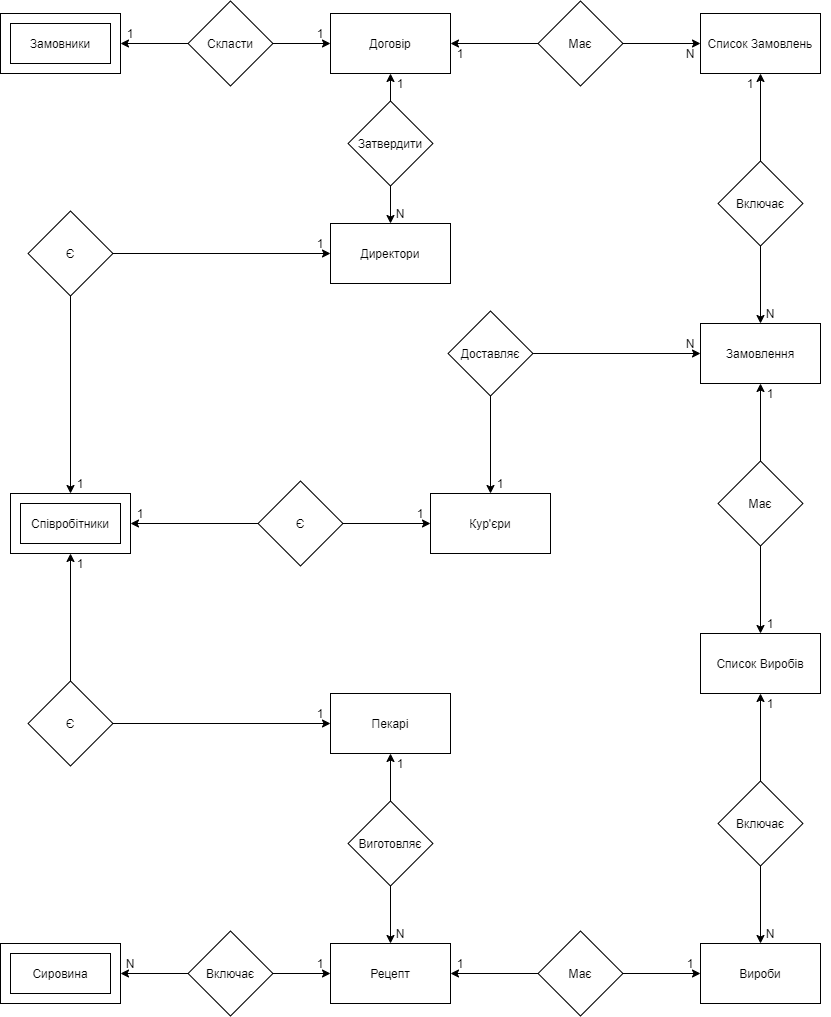
Above: src/ER.png in MonMon201/DB (draw.io), before the change. Source tidied: cells renumbered, new cells last; positions are measured from the earlier drawing's top-left corner, leaving out a move shared by most shapes.
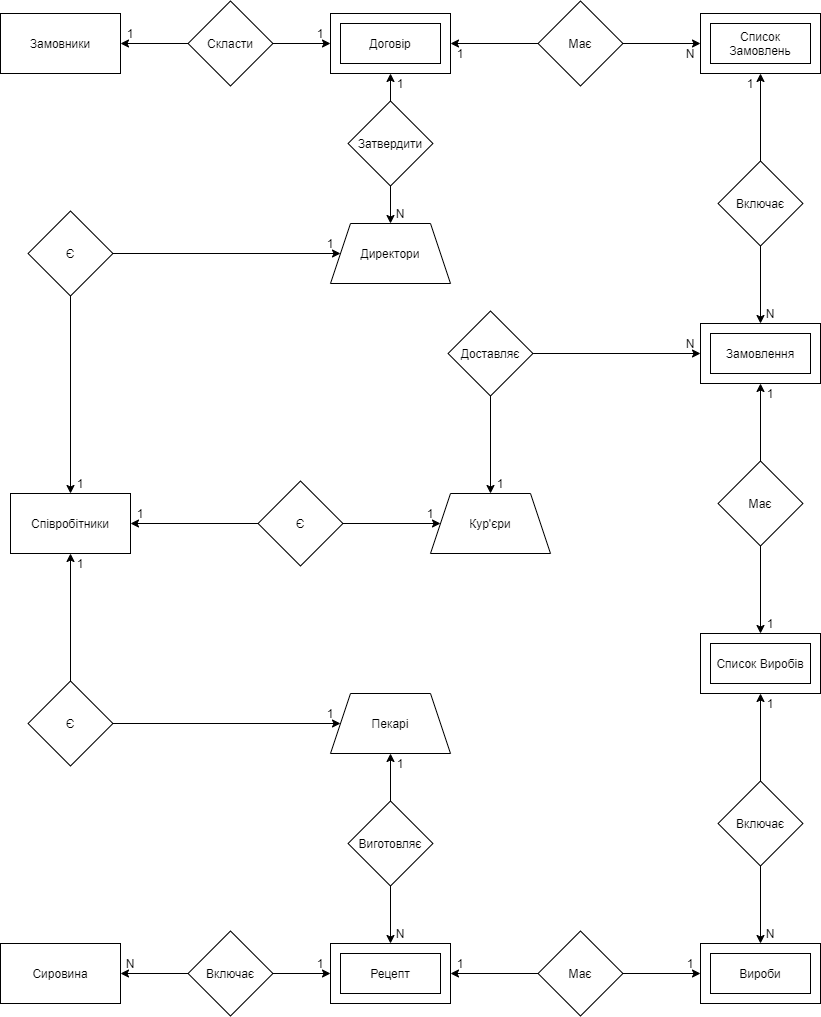
After the commit.

Change to the diagram source:
```diff
@@ -7,5 +7,2 @@
     </mxCell>
-    <mxCell id="3" style="rounded=0;whiteSpace=wrap;html=1;" parent="1" vertex="1">
-      <mxGeometry x="10" y="10" width="100" height="40" as="geometry" />
-    </mxCell>
     <mxCell id="4" style="rounded=0;whiteSpace=wrap;html=1;rotation=45;" parent="1" vertex="1">
@@ -13,7 +10,6 @@
     </mxCell>
-    <mxCell id="5" style="rounded=0;whiteSpace=wrap;html=1;" parent="1" vertex="1">
-      <mxGeometry x="330" width="120" height="60" as="geometry" />
-    </mxCell>
-    <mxCell id="6" style="endArrow=classic;html=1;entryX=0;entryY=0.5;entryDx=0;entryDy=0;exitX=1;exitY=0;exitDx=0;exitDy=0;" parent="1" edge="1" source="4" target="5">
-      <mxGeometry relative="1" as="geometry" />
+    <mxCell id="6" style="endArrow=classic;html=1;entryX=0;entryY=0.5;entryDx=0;entryDy=0;exitX=1;exitY=0;exitDx=0;exitDy=0;" parent="1" edge="1" source="4">
+      <mxGeometry relative="1" as="geometry">
+        <mxPoint x="330" y="30" as="targetPoint" />
+      </mxGeometry>
     </mxCell>
@@ -49,5 +45,2 @@
     </mxCell>
-    <mxCell id="17" style="rounded=0;whiteSpace=wrap;html=1;" parent="1" vertex="1">
-      <mxGeometry x="10" y="940" width="100" height="40" as="geometry" />
-    </mxCell>
     <mxCell id="18" style="rounded=0;whiteSpace=wrap;html=1;rotation=45;" parent="1" vertex="1">
@@ -64,4 +57,6 @@
     </mxCell>
-    <mxCell id="22" style="endArrow=classic;html=1;entryX=1;entryY=0.5;entryDx=0;entryDy=0;exitX=0;exitY=1;exitDx=0;exitDy=0;" parent="1" edge="1" source="7" target="5">
-      <mxGeometry relative="1" as="geometry" />
+    <mxCell id="22" style="endArrow=classic;html=1;entryX=1;entryY=0.5;entryDx=0;entryDy=0;exitX=0;exitY=1;exitDx=0;exitDy=0;" parent="1" edge="1" source="7">
+      <mxGeometry relative="1" as="geometry">
+        <mxPoint x="450" y="30" as="targetPoint" />
+      </mxGeometry>
     </mxCell>
@@ -102,5 +97,2 @@
     </mxCell>
-    <mxCell id="34" style="rounded=0;whiteSpace=wrap;html=1;" parent="1" vertex="1">
-      <mxGeometry x="20" y="490" width="100" height="40" as="geometry" />
-    </mxCell>
     <mxCell id="35" style="rounded=0;whiteSpace=wrap;html=1;rotation=45;" parent="1" vertex="1">
@@ -111,8 +103,2 @@
     </mxCell>
-    <mxCell id="37" style="rounded=0;whiteSpace=wrap;html=1;" parent="1" vertex="1">
-      <mxGeometry x="330" y="680" width="120" height="60" as="geometry" />
-    </mxCell>
-    <mxCell id="38" style="rounded=0;whiteSpace=wrap;html=1;" parent="1" vertex="1">
-      <mxGeometry x="330" y="210" width="120" height="60" as="geometry" />
-    </mxCell>
     <mxCell id="39" style="rounded=0;whiteSpace=wrap;html=1;rotation=45;" parent="1" vertex="1">
@@ -123,7 +109,11 @@
     </mxCell>
-    <mxCell id="41" style="endArrow=classic;html=1;entryX=0.5;entryY=0;entryDx=0;entryDy=0;exitX=1;exitY=1;exitDx=0;exitDy=0;" parent="1" edge="1" source="35" target="38">
-      <mxGeometry relative="1" as="geometry" />
+    <mxCell id="41" style="endArrow=classic;html=1;entryX=0.5;entryY=0;entryDx=0;entryDy=0;exitX=1;exitY=1;exitDx=0;exitDy=0;" parent="1" edge="1" source="35">
+      <mxGeometry relative="1" as="geometry">
+        <mxPoint x="390" y="210" as="targetPoint" />
+      </mxGeometry>
     </mxCell>
-    <mxCell id="42" style="endArrow=classic;html=1;entryX=0.5;entryY=1;entryDx=0;entryDy=0;exitX=0;exitY=0;exitDx=0;exitDy=0;" parent="1" edge="1" source="35" target="5">
-      <mxGeometry relative="1" as="geometry" />
+    <mxCell id="42" style="endArrow=classic;html=1;entryX=0.5;entryY=1;entryDx=0;entryDy=0;exitX=0;exitY=0;exitDx=0;exitDy=0;" parent="1" edge="1" source="35">
+      <mxGeometry relative="1" as="geometry">
+        <mxPoint x="390" y="60" as="targetPoint" />
+      </mxGeometry>
     </mxCell>
@@ -132,3 +122,3 @@
     </mxCell>
-    <mxCell id="44" style="endArrow=classic;html=1;exitX=1;exitY=0;exitDx=0;exitDy=0;entryX=0;entryY=0.5;entryDx=0;entryDy=0;" parent="1" edge="1" source="39" target="38">
+    <mxCell id="44" style="endArrow=classic;html=1;exitX=1;exitY=0;exitDx=0;exitDy=0;entryX=0;entryY=0.5;entryDx=0;entryDy=0;" parent="1" edge="1" source="39" target="119">
       <mxGeometry relative="1" as="geometry" />
@@ -143,5 +133,2 @@
     </mxCell>
-    <mxCell id="47" style="rounded=0;whiteSpace=wrap;html=1;" parent="1" vertex="1">
-      <mxGeometry x="430" y="480" width="120" height="60" as="geometry" />
-    </mxCell>
     <mxCell id="48" style="rounded=0;whiteSpace=wrap;html=1;rotation=45;" parent="1" vertex="1">
@@ -149,6 +136,8 @@
     </mxCell>
-    <mxCell id="49" style="endArrow=classic;html=1;entryX=0.5;entryY=0;entryDx=0;entryDy=0;exitX=1;exitY=1;exitDx=0;exitDy=0;" parent="1" edge="1" source="46" target="47">
-      <mxGeometry relative="1" as="geometry" />
+    <mxCell id="49" style="endArrow=classic;html=1;entryX=0.5;entryY=0;entryDx=0;entryDy=0;exitX=1;exitY=1;exitDx=0;exitDy=0;" parent="1" edge="1" source="46">
+      <mxGeometry relative="1" as="geometry">
+        <mxPoint x="490" y="480" as="targetPoint" />
+      </mxGeometry>
     </mxCell>
-    <mxCell id="50" style="endArrow=classic;html=1;entryX=0;entryY=0.5;entryDx=0;entryDy=0;exitX=1;exitY=0;exitDx=0;exitDy=0;" parent="1" edge="1" source="48" target="47">
+    <mxCell id="50" style="endArrow=classic;html=1;entryX=0;entryY=0.5;entryDx=0;entryDy=0;exitX=1;exitY=0;exitDx=0;exitDy=0;" parent="1" edge="1" source="48" target="120">
       <mxGeometry relative="1" as="geometry" />
@@ -158,3 +147,3 @@
     </mxCell>
-    <mxCell id="52" style="endArrow=classic;html=1;exitX=1;exitY=0;exitDx=0;exitDy=0;entryX=0;entryY=0.5;entryDx=0;entryDy=0;" parent="1" edge="1" source="40" target="37">
+    <mxCell id="52" style="endArrow=classic;html=1;exitX=1;exitY=0;exitDx=0;exitDy=0;entryX=0;entryY=0.5;entryDx=0;entryDy=0;" parent="1" edge="1" source="40" target="118">
       <mxGeometry relative="1" as="geometry" />
@@ -164,4 +153,6 @@
     </mxCell>
-    <mxCell id="54" style="endArrow=classic;html=1;entryX=0.5;entryY=1;entryDx=0;entryDy=0;" parent="1" edge="1" source="36" target="37">
-      <mxGeometry relative="1" as="geometry" />
+    <mxCell id="54" style="endArrow=classic;html=1;entryX=0.5;entryY=1;entryDx=0;entryDy=0;" parent="1" edge="1" source="36">
+      <mxGeometry relative="1" as="geometry">
+        <mxPoint x="390" y="740" as="targetPoint" />
+      </mxGeometry>
     </mxCell>
@@ -176,5 +167,2 @@
     </mxCell>
-    <mxCell id="58" value="Договір" style="text;html=1;strokeColor=none;fillColor=none;align=center;verticalAlign=middle;whiteSpace=wrap;rounded=0;" parent="1" vertex="1">
-      <mxGeometry x="370" y="20" width="40" height="20" as="geometry" />
-    </mxCell>
     <mxCell id="59" value="1" style="text;html=1;strokeColor=none;fillColor=none;align=center;verticalAlign=middle;whiteSpace=wrap;rounded=0;" parent="1" vertex="1">
@@ -194,5 +182,2 @@
     </mxCell>
-    <mxCell id="64" value="Директори" style="text;html=1;strokeColor=none;fillColor=none;align=center;verticalAlign=middle;whiteSpace=wrap;rounded=0;" parent="1" vertex="1">
-      <mxGeometry x="370" y="230" width="40" height="20" as="geometry" />
-    </mxCell>
     <mxCell id="65" value="Має" style="text;html=1;strokeColor=none;fillColor=none;align=center;verticalAlign=middle;whiteSpace=wrap;rounded=0;" parent="1" vertex="1">
@@ -203,8 +188,2 @@
     </mxCell>
-    <mxCell id="67" value="Список Замовлень" style="text;html=1;strokeColor=none;fillColor=none;align=center;verticalAlign=middle;whiteSpace=wrap;rounded=0;" parent="1" vertex="1">
-      <mxGeometry x="690" y="20" width="140" height="20" as="geometry" />
-    </mxCell>
-    <mxCell id="68" value="Замовлення" style="text;html=1;strokeColor=none;fillColor=none;align=center;verticalAlign=middle;whiteSpace=wrap;rounded=0;" parent="1" vertex="1">
-      <mxGeometry x="740" y="330" width="40" height="20" as="geometry" />
-    </mxCell>
     <mxCell id="69" value="Доставляє" style="text;html=1;strokeColor=none;fillColor=none;align=center;verticalAlign=middle;whiteSpace=wrap;rounded=0;" parent="1" vertex="1">
@@ -215,5 +194,2 @@
     </mxCell>
-    <mxCell id="71" value="Список Виробів" style="text;html=1;strokeColor=none;fillColor=none;align=center;verticalAlign=middle;whiteSpace=wrap;rounded=0;" parent="1" vertex="1">
-      <mxGeometry x="715" y="640" width="90" height="20" as="geometry" />
-    </mxCell>
     <mxCell id="72" value="Включає" style="text;html=1;strokeColor=none;fillColor=none;align=center;verticalAlign=middle;whiteSpace=wrap;rounded=0;" parent="1" vertex="1">
@@ -221,5 +197,2 @@
     </mxCell>
-    <mxCell id="73" value="Вироби" style="text;html=1;strokeColor=none;fillColor=none;align=center;verticalAlign=middle;whiteSpace=wrap;rounded=0;" parent="1" vertex="1">
-      <mxGeometry x="740" y="950" width="40" height="20" as="geometry" />
-    </mxCell>
     <mxCell id="74" value="Має" style="text;html=1;strokeColor=none;fillColor=none;align=center;verticalAlign=middle;whiteSpace=wrap;rounded=0;" parent="1" vertex="1">
@@ -227,5 +200,2 @@
     </mxCell>
-    <mxCell id="75" value="Рецепт" style="text;html=1;strokeColor=none;fillColor=none;align=center;verticalAlign=middle;whiteSpace=wrap;rounded=0;" parent="1" vertex="1">
-      <mxGeometry x="370" y="950" width="40" height="20" as="geometry" />
-    </mxCell>
     <mxCell id="76" value="Включає" style="text;html=1;strokeColor=none;fillColor=none;align=center;verticalAlign=middle;whiteSpace=wrap;rounded=0;" parent="1" vertex="1">
@@ -239,8 +209,2 @@
     </mxCell>
-    <mxCell id="79" value="Пекарі" style="text;html=1;strokeColor=none;fillColor=none;align=center;verticalAlign=middle;whiteSpace=wrap;rounded=0;" parent="1" vertex="1">
-      <mxGeometry x="370" y="700" width="40" height="20" as="geometry" />
-    </mxCell>
-    <mxCell id="80" value="Кур'єри" style="text;html=1;strokeColor=none;fillColor=none;align=center;verticalAlign=middle;whiteSpace=wrap;rounded=0;" parent="1" vertex="1">
-      <mxGeometry x="470" y="500" width="40" height="20" as="geometry" />
-    </mxCell>
     <mxCell id="81" value="Є" style="text;html=1;strokeColor=none;fillColor=none;align=center;verticalAlign=middle;whiteSpace=wrap;rounded=0;" parent="1" vertex="1">
@@ -285,3 +249,3 @@
     <mxCell id="94" value="1" style="text;html=1;strokeColor=none;fillColor=none;align=center;verticalAlign=middle;whiteSpace=wrap;rounded=0;" parent="1" vertex="1">
-      <mxGeometry x="300" y="220" width="40" height="20" as="geometry" />
+      <mxGeometry x="310" y="220" width="40" height="20" as="geometry" />
     </mxCell>
@@ -294,3 +258,3 @@
     <mxCell id="97" value="1" style="text;html=1;strokeColor=none;fillColor=none;align=center;verticalAlign=middle;whiteSpace=wrap;rounded=0;" parent="1" vertex="1">
-      <mxGeometry x="400" y="490" width="40" height="20" as="geometry" />
+      <mxGeometry x="410" y="490" width="40" height="20" as="geometry" />
     </mxCell>
@@ -300,3 +264,3 @@
     <mxCell id="99" value="1" style="text;html=1;strokeColor=none;fillColor=none;align=center;verticalAlign=middle;whiteSpace=wrap;rounded=0;" parent="1" vertex="1">
-      <mxGeometry x="300" y="690" width="40" height="20" as="geometry" />
+      <mxGeometry x="310" y="690" width="40" height="20" as="geometry" />
     </mxCell>
@@ -323,2 +287,74 @@
     </mxCell>
+    <mxCell id="5" style="rounded=0;whiteSpace=wrap;html=1;" parent="1" vertex="1">
+      <mxGeometry x="330" width="120" height="60" as="geometry" />
+    </mxCell>
+    <mxCell id="107" style="rounded=0;whiteSpace=wrap;html=1;" parent="1" vertex="1">
+      <mxGeometry x="340" y="10" width="100" height="40" as="geometry" />
+    </mxCell>
+    <mxCell id="58" value="Договір" style="text;html=1;strokeColor=none;fillColor=none;align=center;verticalAlign=middle;whiteSpace=wrap;rounded=0;" parent="1" vertex="1">
+      <mxGeometry x="370" y="20" width="40" height="20" as="geometry" />
+    </mxCell>
+    <mxCell id="108" style="rounded=0;whiteSpace=wrap;html=1;" parent="1" vertex="1">
+      <mxGeometry x="700" width="120" height="60" as="geometry" />
+    </mxCell>
+    <mxCell id="109" style="rounded=0;whiteSpace=wrap;html=1;" parent="1" vertex="1">
+      <mxGeometry x="710" y="10" width="100" height="40" as="geometry" />
+    </mxCell>
+    <mxCell id="67" value="Список Замовлень" style="text;html=1;strokeColor=none;fillColor=none;align=center;verticalAlign=middle;whiteSpace=wrap;rounded=0;" parent="1" vertex="1">
+      <mxGeometry x="715" y="20" width="90" height="20" as="geometry" />
+    </mxCell>
+    <mxCell id="110" style="rounded=0;whiteSpace=wrap;html=1;" parent="1" vertex="1">
+      <mxGeometry x="700" y="310" width="120" height="60" as="geometry" />
+    </mxCell>
+    <mxCell id="111" style="rounded=0;whiteSpace=wrap;html=1;" parent="1" vertex="1">
+      <mxGeometry x="710" y="320" width="100" height="40" as="geometry" />
+    </mxCell>
+    <mxCell id="68" value="Замовлення" style="text;html=1;strokeColor=none;fillColor=none;align=center;verticalAlign=middle;whiteSpace=wrap;rounded=0;" parent="1" vertex="1">
+      <mxGeometry x="740" y="330" width="40" height="20" as="geometry" />
+    </mxCell>
+    <mxCell id="112" style="rounded=0;whiteSpace=wrap;html=1;" parent="1" vertex="1">
+      <mxGeometry x="700" y="620" width="120" height="60" as="geometry" />
+    </mxCell>
+    <mxCell id="113" style="rounded=0;whiteSpace=wrap;html=1;" parent="1" vertex="1">
+      <mxGeometry x="710" y="630" width="100" height="40" as="geometry" />
+    </mxCell>
+    <mxCell id="71" value="Список Виробів" style="text;html=1;strokeColor=none;fillColor=none;align=center;verticalAlign=middle;whiteSpace=wrap;rounded=0;" parent="1" vertex="1">
+      <mxGeometry x="715" y="640" width="90" height="20" as="geometry" />
+    </mxCell>
+    <mxCell id="114" style="rounded=0;whiteSpace=wrap;html=1;" parent="1" vertex="1">
+      <mxGeometry x="700" y="930" width="120" height="60" as="geometry" />
+    </mxCell>
+    <mxCell id="115" style="rounded=0;whiteSpace=wrap;html=1;" parent="1" vertex="1">
+      <mxGeometry x="710" y="940" width="100" height="40" as="geometry" />
+    </mxCell>
+    <mxCell id="73" value="Вироби" style="text;html=1;strokeColor=none;fillColor=none;align=center;verticalAlign=middle;whiteSpace=wrap;rounded=0;" parent="1" vertex="1">
+      <mxGeometry x="740" y="950" width="40" height="20" as="geometry" />
+    </mxCell>
+    <mxCell id="116" style="rounded=0;whiteSpace=wrap;html=1;" parent="1" vertex="1">
+      <mxGeometry x="330" y="930" width="120" height="60" as="geometry" />
+    </mxCell>
+    <mxCell id="117" style="rounded=0;whiteSpace=wrap;html=1;" parent="1" vertex="1">
+      <mxGeometry x="340" y="940" width="100" height="40" as="geometry" />
+    </mxCell>
+    <mxCell id="75" value="Рецепт" style="text;html=1;strokeColor=none;fillColor=none;align=center;verticalAlign=middle;whiteSpace=wrap;rounded=0;" parent="1" vertex="1">
+      <mxGeometry x="370" y="950" width="40" height="20" as="geometry" />
+    </mxCell>
+    <mxCell id="118" style="shape=trapezoid;perimeter=trapezoidPerimeter;whiteSpace=wrap;html=1;fixedSize=1;rounded=0;" parent="1" vertex="1">
+      <mxGeometry x="330" y="680" width="120" height="60" as="geometry" />
+    </mxCell>
+    <mxCell id="79" value="Пекарі" style="text;html=1;strokeColor=none;fillColor=none;align=center;verticalAlign=middle;whiteSpace=wrap;rounded=0;" parent="1" vertex="1">
+      <mxGeometry x="370" y="700" width="40" height="20" as="geometry" />
+    </mxCell>
+    <mxCell id="119" style="shape=trapezoid;perimeter=trapezoidPerimeter;whiteSpace=wrap;html=1;fixedSize=1;rounded=0;" parent="1" vertex="1">
+      <mxGeometry x="330" y="210" width="120" height="60" as="geometry" />
+    </mxCell>
+    <mxCell id="64" value="Директори" style="text;html=1;strokeColor=none;fillColor=none;align=center;verticalAlign=middle;whiteSpace=wrap;rounded=0;" parent="1" vertex="1">
+      <mxGeometry x="370" y="230" width="40" height="20" as="geometry" />
+    </mxCell>
+    <mxCell id="120" style="shape=trapezoid;perimeter=trapezoidPerimeter;whiteSpace=wrap;html=1;fixedSize=1;rounded=0;" parent="1" vertex="1">
+      <mxGeometry x="430" y="480" width="120" height="60" as="geometry" />
+    </mxCell>
+    <mxCell id="80" value="Кур'єри" style="text;html=1;strokeColor=none;fillColor=none;align=center;verticalAlign=middle;whiteSpace=wrap;rounded=0;" parent="1" vertex="1">
+      <mxGeometry x="470" y="500" width="40" height="20" as="geometry" />
+    </mxCell>
   </root>
```
